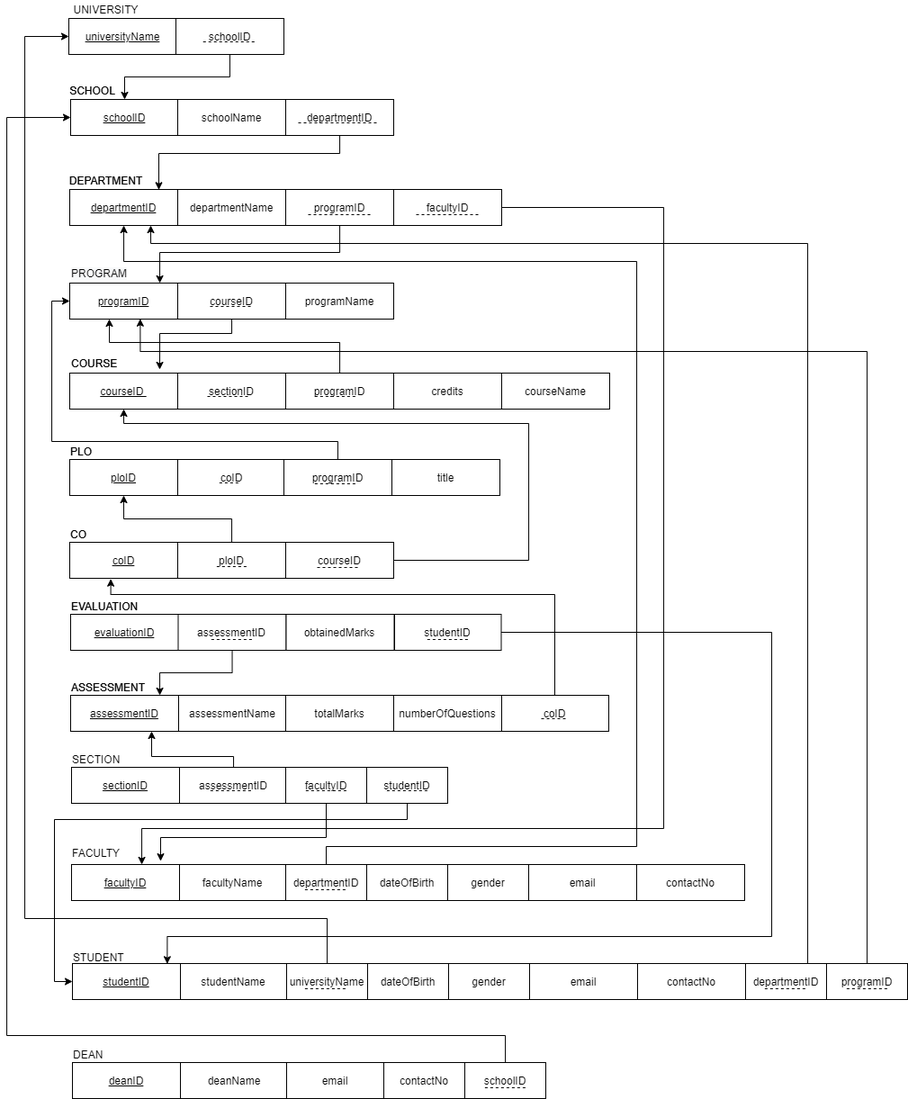
Before: RelationalSchema.png, a diagram exported from draw.io (shoeb-gg/SPMS-Project). Source tidied: cells renumbered, new cells last; positions are measured from the earlier drawing's top-left corner, leaving out a move shared by most shapes.
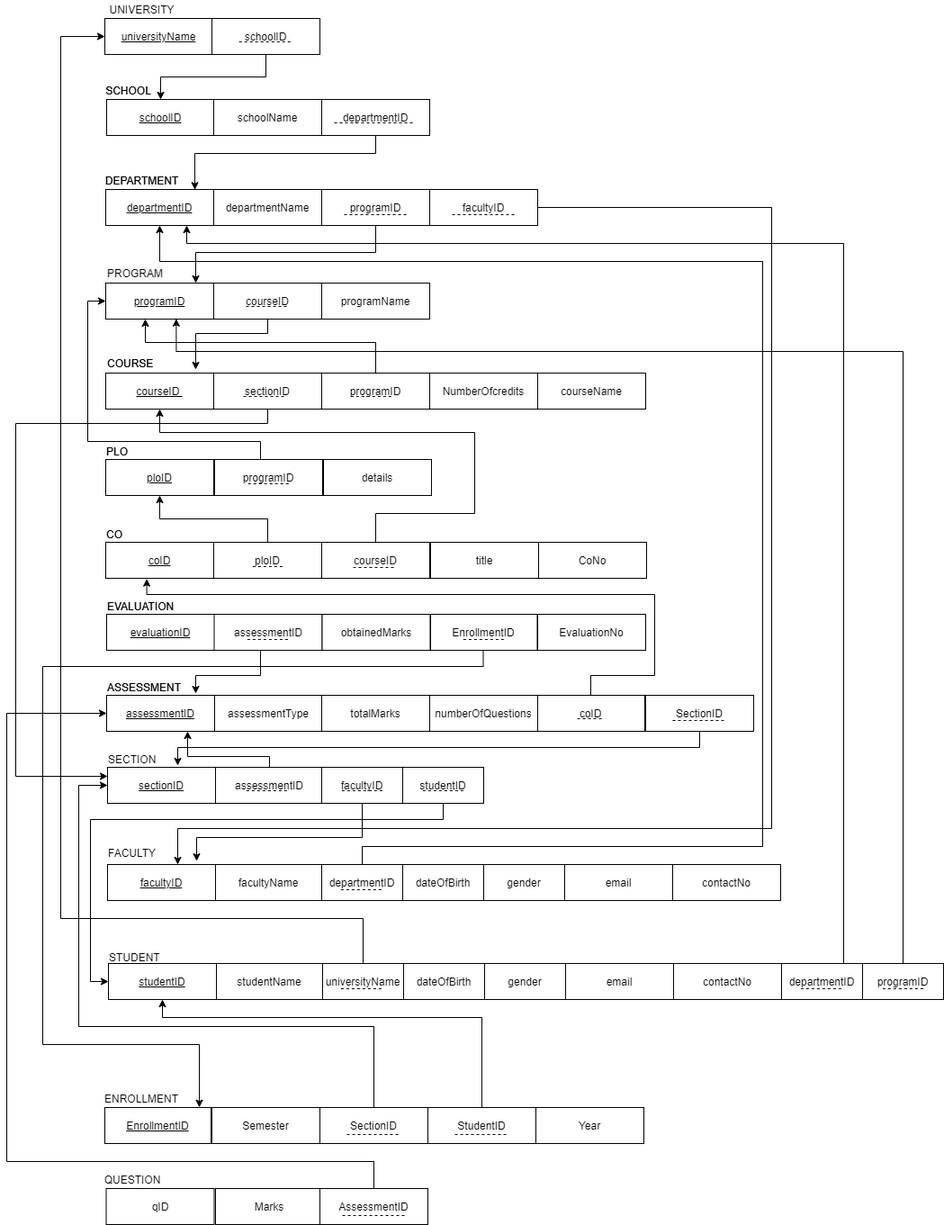
After the change.

Commit message:
Modified RelationalSchema and add FinalERD

Diff of the diagram source:
```diff
@@ -80,18 +80,9 @@
     <mxCell id="20" value="&lt;u&gt;ploNumber&lt;/u&gt;" style="rounded=0;whiteSpace=wrap;html=1;" parent="1" vertex="1">
       <mxGeometry x="70" y="510" width="120" height="40" as="geometry" />
     </mxCell>
-    <mxCell id="21" value="coNumber" style="rounded=0;whiteSpace=wrap;html=1;" parent="1" vertex="1">
-      <mxGeometry x="190" y="510" width="120" height="40" as="geometry" />
-    </mxCell>
     <mxCell id="22" value="&lt;div style=&quot;text-align: center&quot;&gt;&lt;span style=&quot;font-family: &amp;#34;helvetica&amp;#34;&quot;&gt;PLO&lt;/span&gt;&lt;br&gt;&lt;/div&gt;" style="text;whiteSpace=wrap;html=1;" parent="1" vertex="1">
       <mxGeometry x="69" y="488" width="110" height="30" as="geometry" />
     </mxCell>
-    <mxCell id="23" style="endArrow=none;dashed=1;html=1;" parent="1" edge="1">
-      <mxGeometry relative="1" as="geometry">
-        <mxPoint x="226.4" y="536" as="sourcePoint" />
-        <mxPoint x="273.6" y="536" as="targetPoint" />
-      </mxGeometry>
-    </mxCell>
     <mxCell id="24" value="&lt;u&gt;coNumber&lt;/u&gt;" style="rounded=0;whiteSpace=wrap;html=1;" parent="1" vertex="1">
       <mxGeometry x="70" y="602" width="120" height="40" as="geometry" />
     </mxCell>
@@ -206,6 +197,15 @@
     <mxCell id="52" value="&lt;u&gt;courseID&amp;nbsp;&lt;/u&gt;" style="rounded=0;whiteSpace=wrap;html=1;" parent="1" vertex="1">
       <mxGeometry x="70" y="414" width="120" height="40" as="geometry" />
     </mxCell>
+    <mxCell id="159" style="edgeStyle=orthogonalEdgeStyle;rounded=0;jettySize=auto;html=1;entryX=0;entryY=0.25;entryDx=0;entryDy=0;exitX=0.5;exitY=1;exitDx=0;exitDy=0;" parent="1" edge="1" source="53" target="75">
+      <mxGeometry relative="1" as="geometry">
+        <Array as="points">
+          <mxPoint x="250" y="470" />
+          <mxPoint x="-30" y="470" />
+          <mxPoint x="-30" y="862" />
+        </Array>
+      </mxGeometry>
+    </mxCell>
     <mxCell id="53" value="sectionID" style="rounded=0;whiteSpace=wrap;html=1;" parent="1" vertex="1">
       <mxGeometry x="190" y="414" width="120" height="40" as="geometry" />
     </mxCell>
@@ -239,18 +239,9 @@
     <mxCell id="59" value="&lt;u&gt;ploID&lt;/u&gt;" style="rounded=0;whiteSpace=wrap;html=1;" parent="1" vertex="1">
       <mxGeometry x="70" y="510" width="120" height="40" as="geometry" />
     </mxCell>
-    <mxCell id="60" value="coID" style="rounded=0;whiteSpace=wrap;html=1;" parent="1" vertex="1">
-      <mxGeometry x="190" y="510" width="120" height="40" as="geometry" />
-    </mxCell>
     <mxCell id="61" value="&lt;div style=&quot;text-align: center&quot;&gt;&lt;span style=&quot;font-family: &amp;#34;helvetica&amp;#34;&quot;&gt;PLO&lt;/span&gt;&lt;br&gt;&lt;/div&gt;" style="text;whiteSpace=wrap;html=1;" parent="1" vertex="1">
       <mxGeometry x="69" y="488" width="110" height="30" as="geometry" />
     </mxCell>
-    <mxCell id="62" style="endArrow=none;dashed=1;html=1;" parent="1" edge="1">
-      <mxGeometry relative="1" as="geometry">
-        <mxPoint x="236.4" y="536" as="sourcePoint" />
-        <mxPoint x="260" y="536" as="targetPoint" />
-      </mxGeometry>
-    </mxCell>
     <mxCell id="63" value="&lt;u&gt;coID&lt;/u&gt;" style="rounded=0;whiteSpace=wrap;html=1;" parent="1" vertex="1">
       <mxGeometry x="70" y="602" width="120" height="40" as="geometry" />
     </mxCell>
@@ -287,7 +278,7 @@
     <mxCell id="72" value="&lt;u&gt;assessmentID&lt;/u&gt;" style="rounded=0;whiteSpace=wrap;html=1;" parent="1" vertex="1">
       <mxGeometry x="71" y="772" width="120" height="40" as="geometry" />
     </mxCell>
-    <mxCell id="73" value="assessmentName" style="rounded=0;whiteSpace=wrap;html=1;" parent="1" vertex="1">
+    <mxCell id="73" value="assessmentType" style="rounded=0;whiteSpace=wrap;html=1;" parent="1" vertex="1">
       <mxGeometry x="191" y="772" width="120" height="40" as="geometry" />
     </mxCell>
     <mxCell id="74" value="&lt;div style=&quot;text-align: center&quot;&gt;&lt;span style=&quot;font-family: &amp;#34;helvetica&amp;#34;&quot;&gt;ASSESSMENT&lt;/span&gt;&lt;br&gt;&lt;/div&gt;" style="text;whiteSpace=wrap;html=1;" parent="1" vertex="1">
@@ -363,22 +354,7 @@
     <mxCell id="91" value="&lt;div style=&quot;text-align: center&quot;&gt;&lt;span style=&quot;font-family: &amp;#34;helvetica&amp;#34;&quot;&gt;STUDENT&lt;/span&gt;&lt;br&gt;&lt;/div&gt;" style="text;whiteSpace=wrap;html=1;" parent="1" vertex="1">
       <mxGeometry x="72" y="1050" width="110" height="30" as="geometry" />
     </mxCell>
-    <mxCell id="92" value="&lt;u&gt;deanID&lt;/u&gt;" style="rounded=0;whiteSpace=wrap;html=1;" parent="1" vertex="1">
-      <mxGeometry x="73" y="1180" width="120" height="40" as="geometry" />
-    </mxCell>
-    <mxCell id="93" value="deanName" style="rounded=0;whiteSpace=wrap;html=1;" parent="1" vertex="1">
-      <mxGeometry x="193" y="1180" width="120" height="40" as="geometry" />
-    </mxCell>
-    <mxCell id="94" value="&lt;div style=&quot;text-align: center&quot;&gt;&lt;span style=&quot;font-family: &amp;#34;helvetica&amp;#34;&quot;&gt;DEAN&lt;/span&gt;&lt;br&gt;&lt;/div&gt;" style="text;whiteSpace=wrap;html=1;" parent="1" vertex="1">
-      <mxGeometry x="72" y="1158" width="110" height="30" as="geometry" />
-    </mxCell>
-    <mxCell id="95" value="email" style="rounded=0;whiteSpace=wrap;html=1;" parent="1" vertex="1">
-      <mxGeometry x="311" y="1180" width="108" height="40" as="geometry" />
-    </mxCell>
-    <mxCell id="96" value="contactNo" style="rounded=0;whiteSpace=wrap;html=1;" parent="1" vertex="1">
-      <mxGeometry x="419" y="1180" width="90" height="40" as="geometry" />
-    </mxCell>
-    <mxCell id="97" value="credits" style="rounded=0;whiteSpace=wrap;html=1;" parent="1" vertex="1">
+    <mxCell id="97" value="NumberOfcredits" style="rounded=0;whiteSpace=wrap;html=1;" parent="1" vertex="1">
       <mxGeometry x="430" y="414" width="120" height="40" as="geometry" />
     </mxCell>
     <mxCell id="98" value="courseName" style="rounded=0;whiteSpace=wrap;html=1;" parent="1" vertex="1">
@@ -433,8 +409,8 @@
     <mxCell id="109" style="edgeStyle=orthogonalEdgeStyle;rounded=0;jettySize=auto;html=1;" parent="1" edge="1" source="110" target="84">
       <mxGeometry relative="1" as="geometry">
         <Array as="points">
-          <mxPoint x="730" y="230" />
-          <mxPoint x="730" y="920" />
+          <mxPoint x="810" y="230" />
+          <mxPoint x="810" y="920" />
           <mxPoint x="150" y="920" />
         </Array>
       </mxGeometry>
@@ -451,33 +427,34 @@
     <mxCell id="112" value="programName" style="rounded=0;whiteSpace=wrap;html=1;" parent="1" vertex="1">
       <mxGeometry x="310" y="314" width="120" height="40" as="geometry" />
     </mxCell>
-    <mxCell id="113" style="edgeStyle=orthogonalEdgeStyle;rounded=0;jettySize=auto;html=1;entryX=0;entryY=0.5;entryDx=0;entryDy=0;" parent="1" edge="1" source="114" target="47">
+    <mxCell id="113" style="edgeStyle=orthogonalEdgeStyle;rounded=0;jettySize=auto;html=1;entryX=0;entryY=0.5;entryDx=0;entryDy=0;exitX=0.425;exitY=0.015;exitDx=0;exitDy=0;exitPerimeter=0;" parent="1" edge="1" source="114" target="47">
       <mxGeometry relative="1" as="geometry">
         <Array as="points">
-          <mxPoint x="368" y="490" />
+          <mxPoint x="242" y="490" />
           <mxPoint x="50" y="490" />
           <mxPoint x="50" y="334" />
         </Array>
       </mxGeometry>
     </mxCell>
     <mxCell id="114" value="programID" style="rounded=0;whiteSpace=wrap;html=1;" parent="1" vertex="1">
-      <mxGeometry x="308" y="510" width="120" height="40" as="geometry" />
+      <mxGeometry x="191" y="510" width="120" height="40" as="geometry" />
     </mxCell>
-    <mxCell id="115" value="title" style="rounded=0;whiteSpace=wrap;html=1;" parent="1" vertex="1">
-      <mxGeometry x="428" y="510" width="120" height="40" as="geometry" />
+    <mxCell id="115" value="details" style="rounded=0;whiteSpace=wrap;html=1;" parent="1" vertex="1">
+      <mxGeometry x="312" y="510" width="120" height="40" as="geometry" />
     </mxCell>
     <mxCell id="116" style="endArrow=none;dashed=1;html=1;" parent="1" edge="1">
       <mxGeometry relative="1" as="geometry">
-        <mxPoint x="342.4" y="537" as="sourcePoint" />
-        <mxPoint x="390" y="537" as="targetPoint" />
+        <mxPoint x="228.2" y="537" as="sourcePoint" />
+        <mxPoint x="275.8" y="537" as="targetPoint" />
       </mxGeometry>
     </mxCell>
     <mxCell id="117" style="edgeStyle=orthogonalEdgeStyle;rounded=0;jettySize=auto;html=1;entryX=0.5;entryY=1;entryDx=0;entryDy=0;" parent="1" edge="1" source="118" target="52">
       <mxGeometry relative="1" as="geometry">
         <Array as="points">
-          <mxPoint x="580" y="622" />
-          <mxPoint x="580" y="470" />
-          <mxPoint x="130" y="470" />
+          <mxPoint x="370" y="570" />
+          <mxPoint x="480" y="570" />
+          <mxPoint x="480" y="480" />
+          <mxPoint x="130" y="480" />
         </Array>
       </mxGeometry>
     </mxCell>
@@ -493,16 +470,17 @@
     <mxCell id="120" value="obtainedMarks" style="rounded=0;whiteSpace=wrap;html=1;" parent="1" vertex="1">
       <mxGeometry x="311" y="682" width="120" height="40" as="geometry" />
     </mxCell>
-    <mxCell id="121" style="edgeStyle=orthogonalEdgeStyle;rounded=0;jettySize=auto;html=1;entryX=0.878;entryY=0.008;entryDx=0;entryDy=0;entryPerimeter=0;" parent="1" edge="1" source="122" target="136">
-      <mxGeometry relative="1" as="geometry">
-        <Array as="points">
-          <mxPoint x="850" y="702" />
-          <mxPoint x="850" y="1040" />
-          <mxPoint x="178" y="1040" />
-        </Array>
-      </mxGeometry>
-    </mxCell>
+    <mxCell id="160" style="edgeStyle=orthogonalEdgeStyle;rounded=0;jettySize=auto;html=1;entryX=0.89;entryY=-0.005;entryDx=0;entryDy=0;entryPerimeter=0;" parent="1" edge="1" source="122" target="163">
+      <mxGeometry relative="1" as="geometry">
+        <Array as="points">
+          <mxPoint x="490" y="740" />
+          <mxPoint y="740" />
+          <mxPoint y="1160" />
+          <mxPoint x="174" y="1160" />
+        </Array>
+      </mxGeometry>
+    </mxCell>
-    <mxCell id="122" value="studentID" style="rounded=0;whiteSpace=wrap;html=1;" parent="1" vertex="1">
+    <mxCell id="122" value="EnrollmentID" style="rounded=0;whiteSpace=wrap;html=1;" parent="1" vertex="1">
       <mxGeometry x="429.5" y="682" width="120" height="40" as="geometry" />
     </mxCell>
     <mxCell id="123" style="endArrow=none;dashed=1;html=1;" parent="1" edge="1">
@@ -517,14 +495,14 @@
     <mxCell id="125" value="obtainedMarks" style="rounded=0;whiteSpace=wrap;html=1;" parent="1" vertex="1">
       <mxGeometry x="311" y="682" width="120" height="40" as="geometry" />
     </mxCell>
-    <mxCell id="126" style="edgeStyle=orthogonalEdgeStyle;rounded=0;jettySize=auto;html=1;" parent="1" edge="1" source="127" target="72">
-      <mxGeometry relative="1" as="geometry">
-        <Array as="points">
-          <mxPoint x="251" y="747" />
-          <mxPoint x="170" y="747" />
-        </Array>
-      </mxGeometry>
-    </mxCell>
+    <mxCell id="161" style="edgeStyle=orthogonalEdgeStyle;rounded=0;jettySize=auto;html=1;entryX=0.909;entryY=0.667;entryDx=0;entryDy=0;entryPerimeter=0;exitX=0.429;exitY=1.015;exitDx=0;exitDy=0;exitPerimeter=0;" parent="1" edge="1" source="127" target="74">
+      <mxGeometry relative="1" as="geometry">
+        <Array as="points">
+          <mxPoint x="242" y="750" />
+          <mxPoint x="170" y="750" />
+        </Array>
+      </mxGeometry>
+    </mxCell>
     <mxCell id="127" value="assessmentID" style="rounded=0;whiteSpace=wrap;html=1;" parent="1" vertex="1">
       <mxGeometry x="190.5" y="682" width="120" height="40" as="geometry" />
     </mxCell>
@@ -534,7 +512,9 @@
     <mxCell id="129" style="edgeStyle=orthogonalEdgeStyle;rounded=0;jettySize=auto;html=1;entryX=0.38;entryY=1.017;entryDx=0;entryDy=0;entryPerimeter=0;" parent="1" edge="1" source="130" target="63">
       <mxGeometry relative="1" as="geometry">
         <Array as="points">
-          <mxPoint x="609" y="660" />
+          <mxPoint x="609" y="750" />
+          <mxPoint x="680" y="750" />
+          <mxPoint x="680" y="660" />
           <mxPoint x="116" y="660" />
         </Array>
       </mxGeometry>
@@ -600,8 +580,8 @@
       <mxGeometry relative="1" as="geometry">
         <Array as="points">
           <mxPoint x="355" y="940" />
-          <mxPoint x="700" y="940" />
-          <mxPoint x="700" y="290" />
+          <mxPoint x="800" y="940" />
+          <mxPoint x="800" y="290" />
           <mxPoint x="130" y="290" />
         </Array>
       </mxGeometry>
@@ -655,24 +635,6 @@
         <mxPoint x="980.6" y="1098" as="targetPoint" />
       </mxGeometry>
     </mxCell>
-    <mxCell id="154" style="edgeStyle=orthogonalEdgeStyle;rounded=0;jettySize=auto;html=1;entryX=0;entryY=0.5;entryDx=0;entryDy=0;" parent="1" edge="1" source="155" target="40">
-      <mxGeometry relative="1" as="geometry">
-        <Array as="points">
-          <mxPoint x="554" y="1150" />
-          <mxPoint y="1150" />
-          <mxPoint y="130" />
-        </Array>
-      </mxGeometry>
-    </mxCell>
-    <mxCell id="155" value="schoolID" style="rounded=0;whiteSpace=wrap;html=1;" parent="1" vertex="1">
-      <mxGeometry x="509" y="1180" width="90" height="40" as="geometry" />
-    </mxCell>
-    <mxCell id="156" style="endArrow=none;dashed=1;html=1;" parent="1" edge="1">
-      <mxGeometry relative="1" as="geometry">
-        <mxPoint x="531.4" y="1208" as="sourcePoint" />
-        <mxPoint x="578.6" y="1208" as="targetPoint" />
-      </mxGeometry>
-    </mxCell>
     <mxCell id="157" style="endArrow=none;dashed=1;html=1;" parent="1" edge="1">
       <mxGeometry relative="1" as="geometry">
         <mxPoint x="227.4" y="710" as="sourcePoint" />
@@ -685,5 +647,105 @@
         <mxPoint x="525" y="238" as="targetPoint" />
       </mxGeometry>
     </mxCell>
+    <mxCell id="162" value="title" style="rounded=0;whiteSpace=wrap;html=1;" parent="1" vertex="1">
+      <mxGeometry x="431" y="602" width="120" height="40" as="geometry" />
+    </mxCell>
+    <mxCell id="163" value="&lt;u&gt;EnrollmentID&lt;/u&gt;" style="rounded=0;whiteSpace=wrap;html=1;" parent="1" vertex="1">
+      <mxGeometry x="69" y="1230" width="118" height="40" as="geometry" />
+    </mxCell>
+    <mxCell id="164" value="Semester" style="rounded=0;whiteSpace=wrap;html=1;" parent="1" vertex="1">
+      <mxGeometry x="188" y="1230" width="120" height="40" as="geometry" />
+    </mxCell>
+    <mxCell id="165" style="edgeStyle=orthogonalEdgeStyle;rounded=0;jettySize=auto;html=1;entryX=0;entryY=0.5;entryDx=0;entryDy=0;" parent="1" edge="1" source="166" target="75">
+      <mxGeometry relative="1" as="geometry">
+        <Array as="points">
+          <mxPoint x="368" y="1140" />
+          <mxPoint x="40" y="1140" />
+          <mxPoint x="40" y="872" />
+        </Array>
+      </mxGeometry>
+    </mxCell>
+    <mxCell id="166" value="SectionID" style="rounded=0;whiteSpace=wrap;html=1;" parent="1" vertex="1">
+      <mxGeometry x="308" y="1230" width="120" height="40" as="geometry" />
+    </mxCell>
+    <mxCell id="167" value="Year" style="rounded=0;whiteSpace=wrap;html=1;" parent="1" vertex="1">
+      <mxGeometry x="548" y="1230" width="120" height="40" as="geometry" />
+    </mxCell>
+    <mxCell id="168" style="edgeStyle=orthogonalEdgeStyle;rounded=0;jettySize=auto;html=1;" parent="1" edge="1" source="169" target="136">
+      <mxGeometry relative="1" as="geometry">
+        <Array as="points">
+          <mxPoint x="488" y="1130" />
+          <mxPoint x="133" y="1130" />
+        </Array>
+      </mxGeometry>
+    </mxCell>
+    <mxCell id="169" value="StudentID" style="rounded=0;whiteSpace=wrap;html=1;" parent="1" vertex="1">
+      <mxGeometry x="428" y="1230" width="120" height="40" as="geometry" />
+    </mxCell>
+    <mxCell id="170" style="endArrow=none;dashed=1;html=1;" parent="1" edge="1">
+      <mxGeometry relative="1" as="geometry">
+        <mxPoint x="338" y="1260" as="sourcePoint" />
+        <mxPoint x="398" y="1260" as="targetPoint" />
+      </mxGeometry>
+    </mxCell>
+    <mxCell id="171" style="endArrow=none;dashed=1;html=1;" parent="1" edge="1">
+      <mxGeometry relative="1" as="geometry">
+        <mxPoint x="458" y="1260" as="sourcePoint" />
+        <mxPoint x="518" y="1260" as="targetPoint" />
+      </mxGeometry>
+    </mxCell>
+    <mxCell id="172" value="EvaluationNo" style="rounded=0;whiteSpace=wrap;html=1;" parent="1" vertex="1">
+      <mxGeometry x="550" y="682" width="120" height="40" as="geometry" />
+    </mxCell>
+    <mxCell id="173" style="edgeStyle=orthogonalEdgeStyle;rounded=0;jettySize=auto;html=1;entryX=0.65;entryY=-0.05;entryDx=0;entryDy=0;entryPerimeter=0;" parent="1" edge="1" source="174" target="75">
+      <mxGeometry relative="1" as="geometry">
+        <Array as="points">
+          <mxPoint x="730" y="830" />
+          <mxPoint x="150" y="830" />
+        </Array>
+      </mxGeometry>
+    </mxCell>
+    <mxCell id="174" value="SectionID" style="rounded=0;whiteSpace=wrap;html=1;" parent="1" vertex="1">
+      <mxGeometry x="670" y="772" width="120" height="40" as="geometry" />
+    </mxCell>
+    <mxCell id="175" style="endArrow=none;dashed=1;html=1;" parent="1" edge="1">
+      <mxGeometry relative="1" as="geometry">
+        <mxPoint x="700" y="800" as="sourcePoint" />
+        <mxPoint x="760" y="800" as="targetPoint" />
+      </mxGeometry>
+    </mxCell>
+    <mxCell id="176" value="ENROLLMENT" style="text;html=1;strokeColor=none;fillColor=none;align=center;verticalAlign=middle;whiteSpace=wrap;rounded=0;" parent="1" vertex="1">
+      <mxGeometry x="90" y="1210" width="40" height="20" as="geometry" />
+    </mxCell>
+    <mxCell id="177" value="qID" style="rounded=0;whiteSpace=wrap;html=1;" parent="1" vertex="1">
+      <mxGeometry x="70.5" y="1320" width="120" height="40" as="geometry" />
+    </mxCell>
+    <mxCell id="178" value="QUESTION" style="text;html=1;strokeColor=none;fillColor=none;align=center;verticalAlign=middle;whiteSpace=wrap;rounded=0;" parent="1" vertex="1">
+      <mxGeometry x="80" y="1300" width="40" height="20" as="geometry" />
+    </mxCell>
+    <mxCell id="179" value="Marks" style="rounded=0;whiteSpace=wrap;html=1;" parent="1" vertex="1">
+      <mxGeometry x="192" y="1320" width="120" height="40" as="geometry" />
+    </mxCell>
+    <mxCell id="180" style="edgeStyle=orthogonalEdgeStyle;rounded=0;jettySize=auto;html=1;entryX=0;entryY=0.5;entryDx=0;entryDy=0;exitX=0.5;exitY=0;exitDx=0;exitDy=0;" parent="1" edge="1" source="181" target="72">
+      <mxGeometry relative="1" as="geometry">
+        <Array as="points">
+          <mxPoint x="368" y="1290" />
+          <mxPoint x="-40" y="1290" />
+          <mxPoint x="-40" y="792" />
+        </Array>
+      </mxGeometry>
+    </mxCell>
+    <mxCell id="181" value="AssessmentID" style="rounded=0;whiteSpace=wrap;html=1;" parent="1" vertex="1">
+      <mxGeometry x="308" y="1320" width="120" height="40" as="geometry" />
+    </mxCell>
+    <mxCell id="182" style="endArrow=none;dashed=1;html=1;" parent="1" edge="1">
+      <mxGeometry relative="1" as="geometry">
+        <mxPoint x="333" y="1350" as="sourcePoint" />
+        <mxPoint x="403" y="1350" as="targetPoint" />
+      </mxGeometry>
+    </mxCell>
+    <mxCell id="183" value="CoNo" style="rounded=0;whiteSpace=wrap;html=1;" parent="1" vertex="1">
+      <mxGeometry x="551" y="602" width="120" height="40" as="geometry" />
+    </mxCell>
   </root>
 </mxGraphModel>
```
